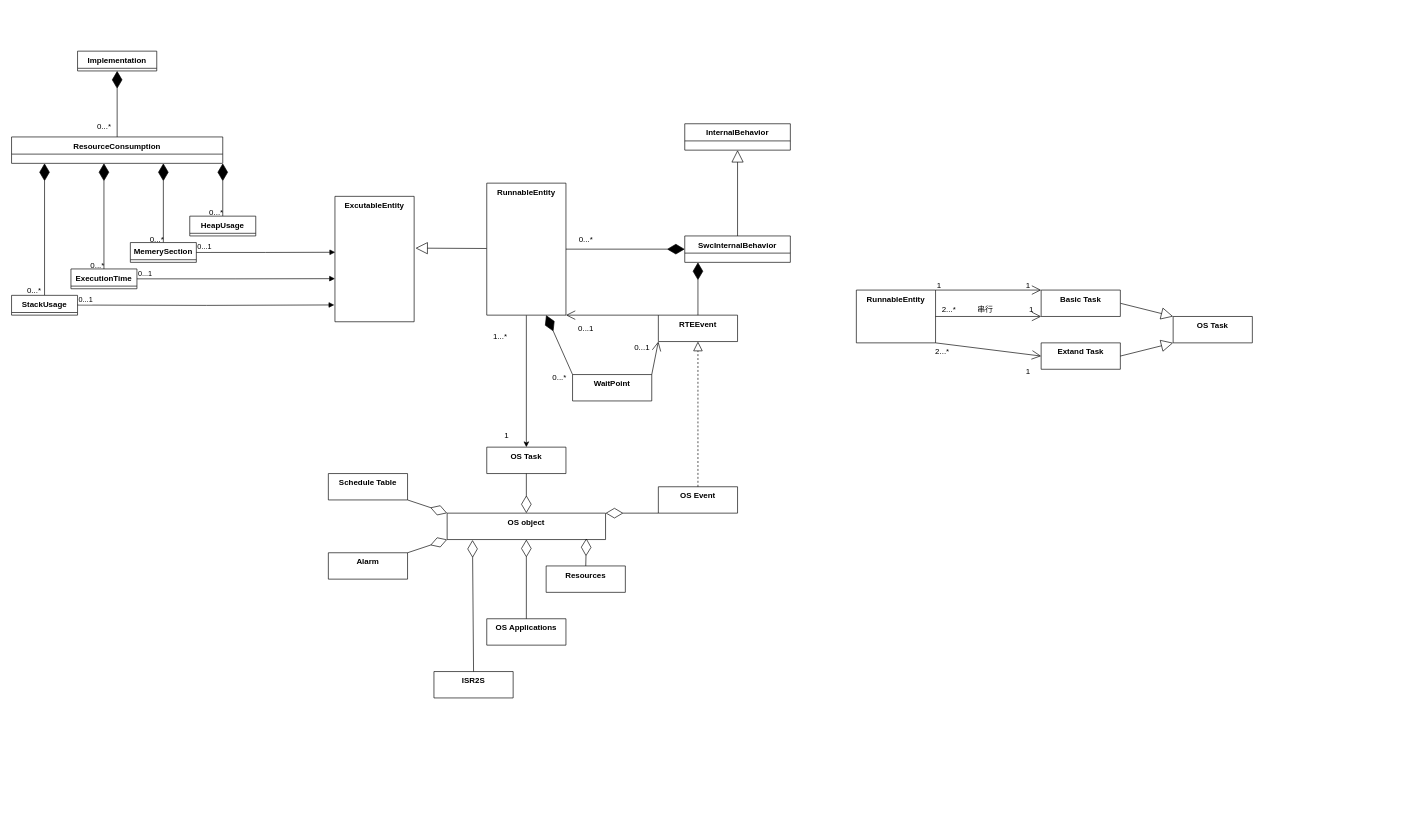
Earlier version of the draw.io diagram AutoSar_RTE_UML.drawio (fansunjia/AutoSar_RTEUML). Source tidied: cells renumbered, new cells numbered last; positions are measured from the earlier drawing's top-left corner, leaving out a move shared by most shapes. Both pictures are drawn from the tidied source at 66%, with x=0, y=0 at pixel (11, 51).
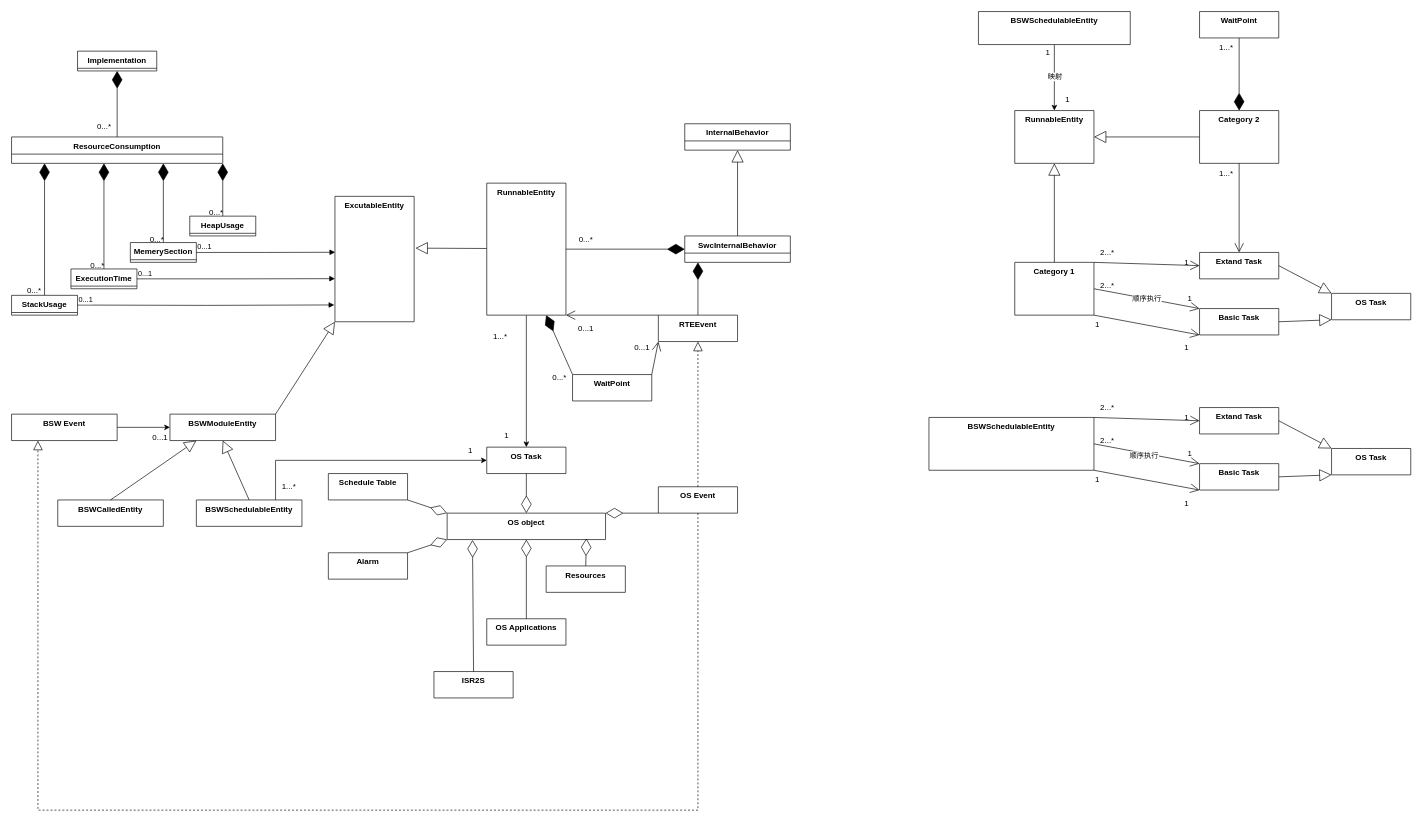
Above is the later version.

Unchanged cells that the change refers to:
```xml
<mxCell id="18" value="ExcutableEntity" style="swimlane;fontStyle=1;align=center;verticalAlign=top;horizontal=1;startSize=190;whiteSpace=wrap;html=1;" parent="1" vertex="1" collapsed="1">
  <mxGeometry x="490" y="220" width="120" height="190" as="geometry" />
</mxCell>
<mxCell id="40" value="OS Event" style="swimlane;fontStyle=1;align=center;verticalAlign=top;horizontal=1;startSize=70;whiteSpace=wrap;html=1;" parent="1" vertex="1" collapsed="1">
  <mxGeometry x="980" y="660" width="120" height="40" as="geometry" />
</mxCell>
<mxCell id="41" value="OS Task" style="swimlane;fontStyle=1;align=center;verticalAlign=top;horizontal=1;startSize=70;whiteSpace=wrap;html=1;" parent="1" vertex="1" collapsed="1">
  <mxGeometry x="720" y="600" width="120" height="40" as="geometry" />
</mxCell>
```

Change to the diagram source:
```diff
@@
     <mxCell id="52" value="OS Task" style="swimlane;fontStyle=1;align=center;verticalAlign=top;horizontal=1;startSize=70;whiteSpace=wrap;html=1;" parent="1" vertex="1" collapsed="1">
-      <mxGeometry x="1760" y="402" width="120" height="40" as="geometry" />
+      <mxGeometry x="2000" y="367" width="120" height="40" as="geometry" />
     </mxCell>
-    <mxCell id="53" style="endArrow=block;endSize=16;endFill=0;html=1;rounded=0;entryX=0;entryY=0;entryDx=0;entryDy=0;exitX=1;exitY=0.5;exitDx=0;exitDy=0;" parent="1" edge="1" source="54" target="52">
+    <mxCell id="53" style="endArrow=block;endSize=16;endFill=0;html=1;rounded=0;entryX=0;entryY=1;entryDx=0;entryDy=0;exitX=1;exitY=0.5;exitDx=0;exitDy=0;" parent="1" edge="1" source="54" target="52">
       <mxGeometry relative="1" as="geometry" />
     </mxCell>
     <mxCell id="54" value="Basic Task" style="swimlane;fontStyle=1;align=center;verticalAlign=top;horizontal=1;startSize=70;whiteSpace=wrap;html=1;" parent="1" vertex="1" collapsed="1">
-      <mxGeometry x="1560" y="362" width="120" height="40" as="geometry" />
+      <mxGeometry x="1800" y="390" width="120" height="40" as="geometry" />
     </mxCell>
     <mxCell id="55" value="Extand Task" style="swimlane;fontStyle=1;align=center;verticalAlign=top;horizontal=1;startSize=70;whiteSpace=wrap;html=1;" parent="1" vertex="1" collapsed="1">
-      <mxGeometry x="1560" y="442" width="120" height="40" as="geometry" />
+      <mxGeometry x="1800" y="305" width="120" height="40" as="geometry" />
     </mxCell>
-    <mxCell id="56" style="endArrow=block;endSize=16;endFill=0;html=1;rounded=0;entryX=0;entryY=1;entryDx=0;entryDy=0;exitX=1;exitY=0.5;exitDx=0;exitDy=0;" parent="1" edge="1" source="55" target="52">
+    <mxCell id="56" style="endArrow=block;endSize=16;endFill=0;html=1;rounded=0;entryX=0;entryY=0;entryDx=0;entryDy=0;exitX=1;exitY=0.5;exitDx=0;exitDy=0;" parent="1" edge="1" source="55" target="52">
       <mxGeometry relative="1" as="geometry" />
     </mxCell>
     <mxCell id="57" value="RunnableEntity" style="swimlane;fontStyle=1;align=center;verticalAlign=top;horizontal=1;startSize=200;whiteSpace=wrap;html=1;" parent="1" vertex="1" collapsed="1">
-      <mxGeometry x="1280" y="362" width="120" height="80" as="geometry" />
+      <mxGeometry x="1520" y="90" width="120" height="80" as="geometry" />
     </mxCell>
-    <mxCell id="58" style="endArrow=open;endFill=1;endSize=12;html=1;rounded=0;exitX=1;exitY=0;exitDx=0;exitDy=0;entryX=0;entryY=0;entryDx=0;entryDy=0;" parent="1" edge="1" source="57" target="54">
+    <mxCell id="58" value="顺序执行" style="endArrow=open;endFill=1;endSize=12;html=1;rounded=0;entryX=0;entryY=0;entryDx=0;entryDy=0;exitX=1;exitY=0.5;exitDx=0;exitDy=0;" parent="1" edge="1" source="90" target="54">
       <mxGeometry relative="1" as="geometry" />
     </mxCell>
-    <mxCell id="59" style="endArrow=open;endFill=1;endSize=12;html=1;rounded=0;exitX=1;exitY=1;exitDx=0;exitDy=0;entryX=0;entryY=0.5;entryDx=0;entryDy=0;" parent="1" edge="1" source="57" target="55">
+    <mxCell id="59" style="endArrow=open;endFill=1;endSize=12;html=1;rounded=0;entryX=0;entryY=0.5;entryDx=0;entryDy=0;exitX=1;exitY=0;exitDx=0;exitDy=0;" parent="1" edge="1" source="90" target="55">
       <mxGeometry relative="1" as="geometry" />
     </mxCell>
@@
     <mxCell id="61" value="1" style="text;html=1;align=center;verticalAlign=middle;strokeColor=none;fillColor=none;" parent="1" vertex="1">
-      <mxGeometry x="1525" y="470" width="30" height="30" as="geometry" />
+      <mxGeometry x="1765" y="435" width="30" height="30" as="geometry" />
     </mxCell>
     <mxCell id="62" value="1" style="text;html=1;align=center;verticalAlign=middle;strokeColor=none;fillColor=none;" parent="1" vertex="1">
-      <mxGeometry x="1525" y="340" width="30" height="30" as="geometry" />
+      <mxGeometry x="1765" y="305" width="30" height="30" as="geometry" />
     </mxCell>
     <mxCell id="63" value="2...*" style="text;html=1;align=center;verticalAlign=middle;strokeColor=none;fillColor=none;" parent="1" vertex="1">
-      <mxGeometry x="1390" y="440" width="40" height="30" as="geometry" />
+      <mxGeometry x="1640" y="290" width="40" height="30" as="geometry" />
     </mxCell>
@@
-    <mxCell id="74" style="endArrow=open;endFill=1;endSize=12;html=1;rounded=0;exitX=1;exitY=0.5;exitDx=0;exitDy=0;entryX=0;entryY=1;entryDx=0;entryDy=0;" parent="1" edge="1" source="57" target="54">
+    <mxCell id="74" style="endArrow=open;endFill=1;endSize=12;html=1;rounded=0;entryX=0;entryY=1;entryDx=0;entryDy=0;exitX=1;exitY=1;exitDx=0;exitDy=0;" parent="1" edge="1" source="90" target="54">
       <mxGeometry relative="1" as="geometry" />
     </mxCell>
     <mxCell id="75" value="1" style="text;html=1;align=center;verticalAlign=middle;strokeColor=none;fillColor=none;" parent="1" vertex="1">
-      <mxGeometry x="1390" y="340" width="30" height="30" as="geometry" />
+      <mxGeometry x="1630" y="400" width="30" height="30" as="geometry" />
     </mxCell>
     <mxCell id="76" value="1" style="text;html=1;align=center;verticalAlign=middle;strokeColor=none;fillColor=none;" parent="1" vertex="1">
-      <mxGeometry x="1530" y="377" width="30" height="30" as="geometry" />
+      <mxGeometry x="1770" y="360" width="30" height="30" as="geometry" />
     </mxCell>
     <mxCell id="77" value="2...*" style="text;html=1;align=center;verticalAlign=middle;strokeColor=none;fillColor=none;" parent="1" vertex="1">
-      <mxGeometry x="1400" y="377" width="40" height="30" as="geometry" />
+      <mxGeometry x="1640" y="340" width="40" height="30" as="geometry" />
     </mxCell>
-    <mxCell id="78" value="串行" style="text;html=1;align=center;verticalAlign=middle;strokeColor=none;fillColor=none;" parent="1" vertex="1">
-      <mxGeometry x="1450" y="377" width="50" height="30" as="geometry" />
-    </mxCell>
+    <mxCell id="79" style="endArrow=block;endSize=16;endFill=0;html=1;rounded=0;entryX=0;entryY=1;entryDx=0;entryDy=0;exitX=1;exitY=0;exitDx=0;exitDy=0;" parent="1" edge="1" source="80" target="18">
+      <mxGeometry relative="1" as="geometry" />
+    </mxCell>
+    <mxCell id="80" value="BSWModuleEntity" style="swimlane;fontStyle=1;align=center;verticalAlign=top;horizontal=1;startSize=200;whiteSpace=wrap;html=1;" parent="1" vertex="1" collapsed="1">
+      <mxGeometry x="240" y="550" width="160" height="40" as="geometry" />
+    </mxCell>
+    <mxCell id="81" style="edgeStyle=orthogonalEdgeStyle;rounded=0;jettySize=auto;html=1;" parent="1" edge="1" source="82" target="80">
+      <mxGeometry relative="1" as="geometry" />
+    </mxCell>
+    <mxCell id="82" value="BSW Event" style="swimlane;fontStyle=1;align=center;verticalAlign=top;horizontal=1;startSize=200;whiteSpace=wrap;html=1;" parent="1" vertex="1" collapsed="1">
+      <mxGeometry y="550" width="160" height="40" as="geometry" />
+    </mxCell>
+    <mxCell id="83" value="0...1" style="text;html=1;align=center;verticalAlign=middle;strokeColor=none;fillColor=none;" parent="1" vertex="1">
+      <mxGeometry x="200" y="570" width="50" height="30" as="geometry" />
+    </mxCell>
+    <mxCell id="84" value="BSWCalledEntity" style="swimlane;fontStyle=1;align=center;verticalAlign=top;horizontal=1;startSize=200;whiteSpace=wrap;html=1;" parent="1" vertex="1" collapsed="1">
+      <mxGeometry x="70" y="680" width="160" height="40" as="geometry" />
+    </mxCell>
+    <mxCell id="85" value="BSWSchedulableEntity" style="swimlane;fontStyle=1;align=center;verticalAlign=top;horizontal=1;startSize=200;whiteSpace=wrap;html=1;" parent="1" vertex="1" collapsed="1">
+      <mxGeometry x="280" y="680" width="160" height="40" as="geometry" />
+    </mxCell>
+    <mxCell id="86" style="endArrow=block;endSize=16;endFill=0;html=1;rounded=0;entryX=0.25;entryY=1;entryDx=0;entryDy=0;exitX=0.5;exitY=0;exitDx=0;exitDy=0;" parent="1" edge="1" source="84" target="80">
+      <mxGeometry relative="1" as="geometry" />
+    </mxCell>
+    <mxCell id="87" style="endArrow=block;endSize=16;endFill=0;html=1;rounded=0;entryX=0.5;entryY=1;entryDx=0;entryDy=0;exitX=0.5;exitY=0;exitDx=0;exitDy=0;" parent="1" edge="1" source="85" target="80">
+      <mxGeometry relative="1" as="geometry" />
+    </mxCell>
+    <mxCell id="88" style="endArrow=block;dashed=1;endFill=0;endSize=12;html=1;rounded=0;entryX=0.25;entryY=1;entryDx=0;entryDy=0;exitX=0.5;exitY=1;exitDx=0;exitDy=0;" parent="1" edge="1" source="40" target="82">
+      <mxGeometry relative="1" as="geometry">
+        <Array as="points">
+          <mxPoint x="1040" y="1150" />
+          <mxPoint x="40" y="1150" />
+        </Array>
+      </mxGeometry>
+    </mxCell>
+    <mxCell id="89" style="edgeStyle=orthogonalEdgeStyle;rounded=0;jettySize=auto;html=1;exitX=0.75;exitY=0;exitDx=0;exitDy=0;entryX=0;entryY=0.5;entryDx=0;entryDy=0;" parent="1" edge="1" source="85" target="41">
+      <mxGeometry relative="1" as="geometry" />
+    </mxCell>
+    <mxCell id="90" value="Category 1" style="swimlane;fontStyle=1;align=center;verticalAlign=top;horizontal=1;startSize=200;whiteSpace=wrap;html=1;" parent="1" vertex="1" collapsed="1">
+      <mxGeometry x="1520" y="320" width="120" height="80" as="geometry" />
+    </mxCell>
+    <mxCell id="91" style="endArrow=block;endSize=16;endFill=0;html=1;rounded=0;entryX=0.5;entryY=1;entryDx=0;entryDy=0;exitX=0.5;exitY=0;exitDx=0;exitDy=0;" parent="1" edge="1" source="90" target="57">
+      <mxGeometry relative="1" as="geometry" />
+    </mxCell>
+    <mxCell id="92" value="Category 2" style="swimlane;fontStyle=1;align=center;verticalAlign=top;horizontal=1;startSize=200;whiteSpace=wrap;html=1;" parent="1" vertex="1" collapsed="1">
+      <mxGeometry x="1800" y="90" width="120" height="80" as="geometry" />
+    </mxCell>
+    <mxCell id="93" style="endArrow=block;endSize=16;endFill=0;html=1;rounded=0;entryX=1;entryY=0.5;entryDx=0;entryDy=0;exitX=0;exitY=0.5;exitDx=0;exitDy=0;" parent="1" edge="1" source="92" target="57">
+      <mxGeometry relative="1" as="geometry" />
+    </mxCell>
+    <mxCell id="94" value="WaitPoint" style="swimlane;fontStyle=1;align=center;verticalAlign=top;horizontal=1;startSize=40;whiteSpace=wrap;html=1;" parent="1" vertex="1" collapsed="1">
+      <mxGeometry x="1800" y="-60" width="120" height="40" as="geometry" />
+    </mxCell>
+    <mxCell id="95" style="endArrow=diamondThin;endFill=1;endSize=24;html=1;rounded=0;entryX=0.5;entryY=0;entryDx=0;entryDy=0;exitX=0.5;exitY=1;exitDx=0;exitDy=0;" parent="1" edge="1" source="94" target="92">
+      <mxGeometry relative="1" as="geometry" />
+    </mxCell>
+    <mxCell id="96" value="1...*" style="text;html=1;align=center;verticalAlign=middle;strokeColor=none;fillColor=none;" parent="1" vertex="1">
+      <mxGeometry x="1820" y="-20" width="40" height="30" as="geometry" />
+    </mxCell>
+    <mxCell id="97" style="endArrow=open;endFill=1;endSize=12;html=1;rounded=0;entryX=0.5;entryY=0;entryDx=0;entryDy=0;exitX=0.5;exitY=1;exitDx=0;exitDy=0;" parent="1" edge="1" source="92" target="55">
+      <mxGeometry relative="1" as="geometry" />
+    </mxCell>
+    <mxCell id="98" value="1...*" style="text;html=1;align=center;verticalAlign=middle;strokeColor=none;fillColor=none;" parent="1" vertex="1">
+      <mxGeometry x="1820" y="170" width="40" height="30" as="geometry" />
+    </mxCell>
+    <mxCell id="99" value="1...*" style="text;html=1;align=center;verticalAlign=middle;strokeColor=none;fillColor=none;" parent="1" vertex="1">
+      <mxGeometry x="400" y="645" width="40" height="30" as="geometry" />
+    </mxCell>
+    <mxCell id="100" value="1" style="text;html=1;align=center;verticalAlign=middle;strokeColor=none;fillColor=none;" parent="1" vertex="1">
+      <mxGeometry x="680" y="590" width="30" height="30" as="geometry" />
+    </mxCell>
+    <mxCell id="101" value="OS Task" style="swimlane;fontStyle=1;align=center;verticalAlign=top;horizontal=1;startSize=70;whiteSpace=wrap;html=1;" parent="1" vertex="1" collapsed="1">
+      <mxGeometry x="2000" y="602" width="120" height="40" as="geometry" />
+    </mxCell>
+    <mxCell id="102" style="endArrow=block;endSize=16;endFill=0;html=1;rounded=0;entryX=0;entryY=1;entryDx=0;entryDy=0;exitX=1;exitY=0.5;exitDx=0;exitDy=0;" parent="1" edge="1" source="103" target="101">
+      <mxGeometry relative="1" as="geometry" />
+    </mxCell>
+    <mxCell id="103" value="Basic Task" style="swimlane;fontStyle=1;align=center;verticalAlign=top;horizontal=1;startSize=70;whiteSpace=wrap;html=1;" parent="1" vertex="1" collapsed="1">
+      <mxGeometry x="1800" y="625" width="120" height="40" as="geometry" />
+    </mxCell>
+    <mxCell id="104" value="Extand Task" style="swimlane;fontStyle=1;align=center;verticalAlign=top;horizontal=1;startSize=70;whiteSpace=wrap;html=1;" parent="1" vertex="1" collapsed="1">
+      <mxGeometry x="1800" y="540" width="120" height="40" as="geometry" />
+    </mxCell>
+    <mxCell id="105" style="endArrow=block;endSize=16;endFill=0;html=1;rounded=0;entryX=0;entryY=0;entryDx=0;entryDy=0;exitX=1;exitY=0.5;exitDx=0;exitDy=0;" parent="1" edge="1" source="104" target="101">
+      <mxGeometry relative="1" as="geometry" />
+    </mxCell>
+    <mxCell id="106" style="endArrow=open;endFill=1;endSize=12;html=1;rounded=0;entryX=0;entryY=0;entryDx=0;entryDy=0;exitX=1;exitY=0.5;exitDx=0;exitDy=0;" parent="1" edge="1" source="116" target="103">
+      <mxGeometry relative="1" as="geometry" />
+    </mxCell>
+    <mxCell id="107" value="顺序执行" style="edgeLabel;html=1;align=center;verticalAlign=middle;" parent="106" vertex="1">
+      <mxGeometry x="-0.06" y="-3" relative="1" as="geometry" />
+    </mxCell>
+    <mxCell id="108" style="endArrow=open;endFill=1;endSize=12;html=1;rounded=0;entryX=0;entryY=0.5;entryDx=0;entryDy=0;exitX=1;exitY=0;exitDx=0;exitDy=0;" parent="1" edge="1" source="116" target="104">
+      <mxGeometry relative="1" as="geometry" />
+    </mxCell>
+    <mxCell id="109" value="1" style="text;html=1;align=center;verticalAlign=middle;strokeColor=none;fillColor=none;" parent="1" vertex="1">
+      <mxGeometry x="1765" y="670" width="30" height="30" as="geometry" />
+    </mxCell>
+    <mxCell id="110" value="1" style="text;html=1;align=center;verticalAlign=middle;strokeColor=none;fillColor=none;" parent="1" vertex="1">
+      <mxGeometry x="1765" y="540" width="30" height="30" as="geometry" />
+    </mxCell>
+    <mxCell id="111" value="2...*" style="text;html=1;align=center;verticalAlign=middle;strokeColor=none;fillColor=none;" parent="1" vertex="1">
+      <mxGeometry x="1640" y="525" width="40" height="30" as="geometry" />
+    </mxCell>
+    <mxCell id="112" style="endArrow=open;endFill=1;endSize=12;html=1;rounded=0;entryX=0;entryY=1;entryDx=0;entryDy=0;exitX=1;exitY=1;exitDx=0;exitDy=0;" parent="1" edge="1" source="116" target="103">
+      <mxGeometry relative="1" as="geometry" />
+    </mxCell>
+    <mxCell id="113" value="1" style="text;html=1;align=center;verticalAlign=middle;strokeColor=none;fillColor=none;" parent="1" vertex="1">
+      <mxGeometry x="1630" y="635" width="30" height="30" as="geometry" />
+    </mxCell>
+    <mxCell id="114" value="1" style="text;html=1;align=center;verticalAlign=middle;strokeColor=none;fillColor=none;" parent="1" vertex="1">
+      <mxGeometry x="1770" y="595" width="30" height="30" as="geometry" />
+    </mxCell>
+    <mxCell id="115" value="2...*" style="text;html=1;align=center;verticalAlign=middle;strokeColor=none;fillColor=none;" parent="1" vertex="1">
+      <mxGeometry x="1640" y="575" width="40" height="30" as="geometry" />
+    </mxCell>
+    <mxCell id="116" value="BSWSchedulableEntity" style="swimlane;fontStyle=1;align=center;verticalAlign=top;horizontal=1;startSize=200;whiteSpace=wrap;html=1;" parent="1" vertex="1" collapsed="1">
+      <mxGeometry x="1390" y="555" width="250" height="80" as="geometry" />
+    </mxCell>
+    <mxCell id="117" style="edgeStyle=orthogonalEdgeStyle;rounded=0;jettySize=auto;html=1;entryX=0.5;entryY=0;entryDx=0;entryDy=0;" parent="1" edge="1" source="119" target="57">
+      <mxGeometry relative="1" as="geometry" />
+    </mxCell>
+    <mxCell id="118" value="映射" style="edgeLabel;html=1;align=center;verticalAlign=middle;" parent="117" vertex="1">
+      <mxGeometry x="-0.05" relative="1" as="geometry" />
+    </mxCell>
+    <mxCell id="119" value="BSWSchedulableEntity" style="swimlane;fontStyle=1;align=center;verticalAlign=top;horizontal=1;startSize=200;whiteSpace=wrap;html=1;" parent="1" vertex="1" collapsed="1">
+      <mxGeometry x="1465" y="-60" width="230" height="50" as="geometry" />
+    </mxCell>
+    <mxCell id="120" value="1" style="text;html=1;align=center;verticalAlign=middle;strokeColor=none;fillColor=none;" parent="1" vertex="1">
+      <mxGeometry x="1585" y="58" width="30" height="30" as="geometry" />
+    </mxCell>
+    <mxCell id="121" value="1" style="text;html=1;align=center;verticalAlign=middle;strokeColor=none;fillColor=none;" parent="1" vertex="1">
+      <mxGeometry x="1555" y="-12" width="30" height="30" as="geometry" />
+    </mxCell>
```
